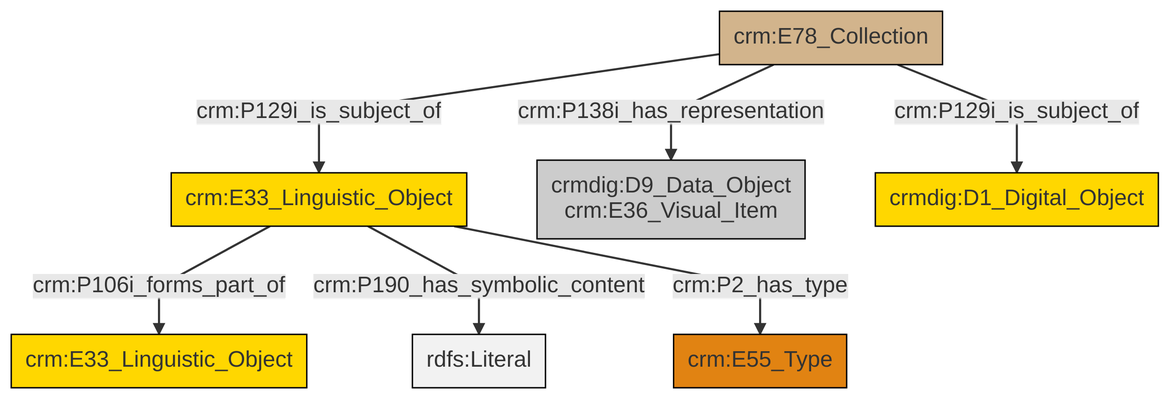
Before: et/archivalCSV/ttl/mmd/png/archival_docs.png, a diagram exported from Mermaid (swiss-art-research-net/docs.swissartresearch). Its source is kept beside it as et/archivalCSV/ttl/mmd/archival_docs.ttl.mmd.
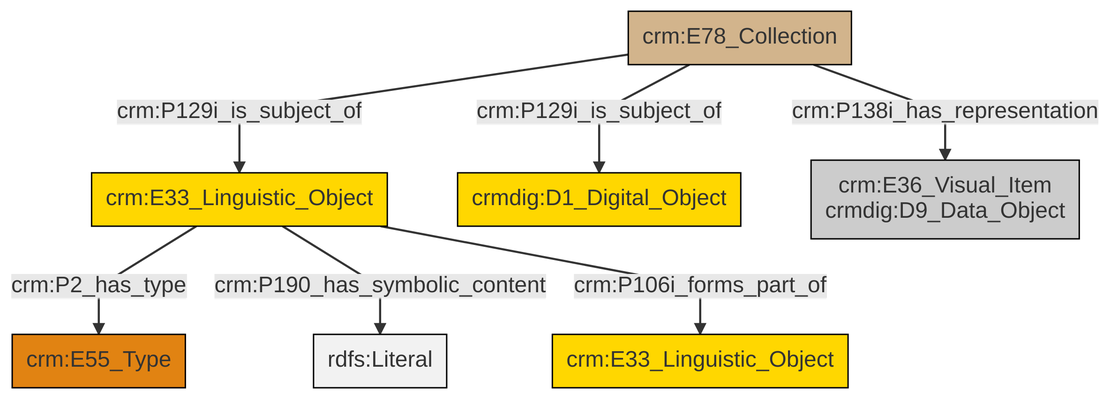
After the change.

What changed in the source:
```diff
@@ -13,9 +13,9 @@
 classDef PC_Classes fill:#4ce600, stroke:#000000;
 classDef Multi fill:#cccccc,stroke:#000000;
 
-0["crm:E78_Collection"]:::Physical_Thing -->|crm:P129i_is_subject_of| 1["crm:E33_Linguistic_Object"]:::Conceptual_Object
-1["crm:E33_Linguistic_Object"]:::Conceptual_Object -->|crm:P106i_forms_part_of| 5["crm:E33_Linguistic_Object"]:::Conceptual_Object
-1["crm:E33_Linguistic_Object"]:::Conceptual_Object -->|crm:P190_has_symbolic_content| 8[rdfs:Literal]:::Literal
-1["crm:E33_Linguistic_Object"]:::Conceptual_Object -->|crm:P2_has_type| 9["crm:E55_Type"]:::Type
-0["crm:E78_Collection"]:::Physical_Thing -->|crm:P129i_is_subject_of| 6["crmdig:D1_Digital_Object"]:::Conceptual_Object
-0["crm:E78_Collection"]:::Physical_Thing -->|crm:P138i_has_representation| 2["crmdig:D9_Data_Object<br>crm:E36_Visual_Item"]:::Multi
+0["crm:E33_Linguistic_Object"]:::Conceptual_Object -->|crm:P2_has_type| 1["crm:E55_Type"]:::Type
+5["crm:E78_Collection"]:::Physical_Thing -->|crm:P129i_is_subject_of| 6["crmdig:D1_Digital_Object"]:::Conceptual_Object
+5["crm:E78_Collection"]:::Physical_Thing -->|crm:P138i_has_representation| 7["crm:E36_Visual_Item<br>crmdig:D9_Data_Object"]:::Multi
+0["crm:E33_Linguistic_Object"]:::Conceptual_Object -->|crm:P190_has_symbolic_content| 8[rdfs:Literal]:::Literal
+0["crm:E33_Linguistic_Object"]:::Conceptual_Object -->|crm:P106i_forms_part_of| 3["crm:E33_Linguistic_Object"]:::Conceptual_Object
+5["crm:E78_Collection"]:::Physical_Thing -->|crm:P129i_is_subject_of| 0["crm:E33_Linguistic_Object"]:::Conceptual_Object
```
